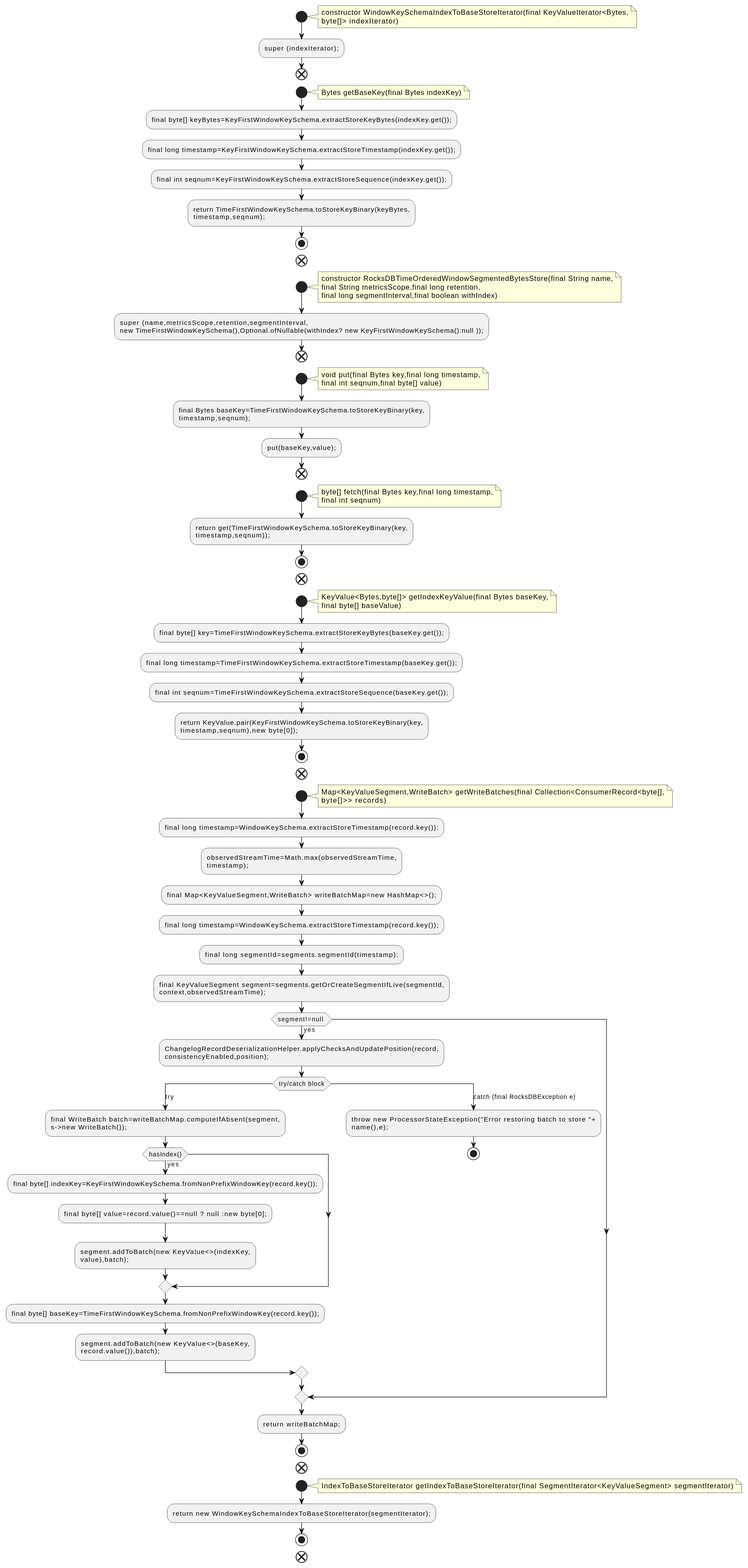
Above: docs/qc/streams/src/main/java/org/apache/kafka/streams/state/internals/RocksDBTimeOrderedWindowSegmentedBytesStore.java.fct.svg in qualitesys/kafka (PlantUML), before the change.
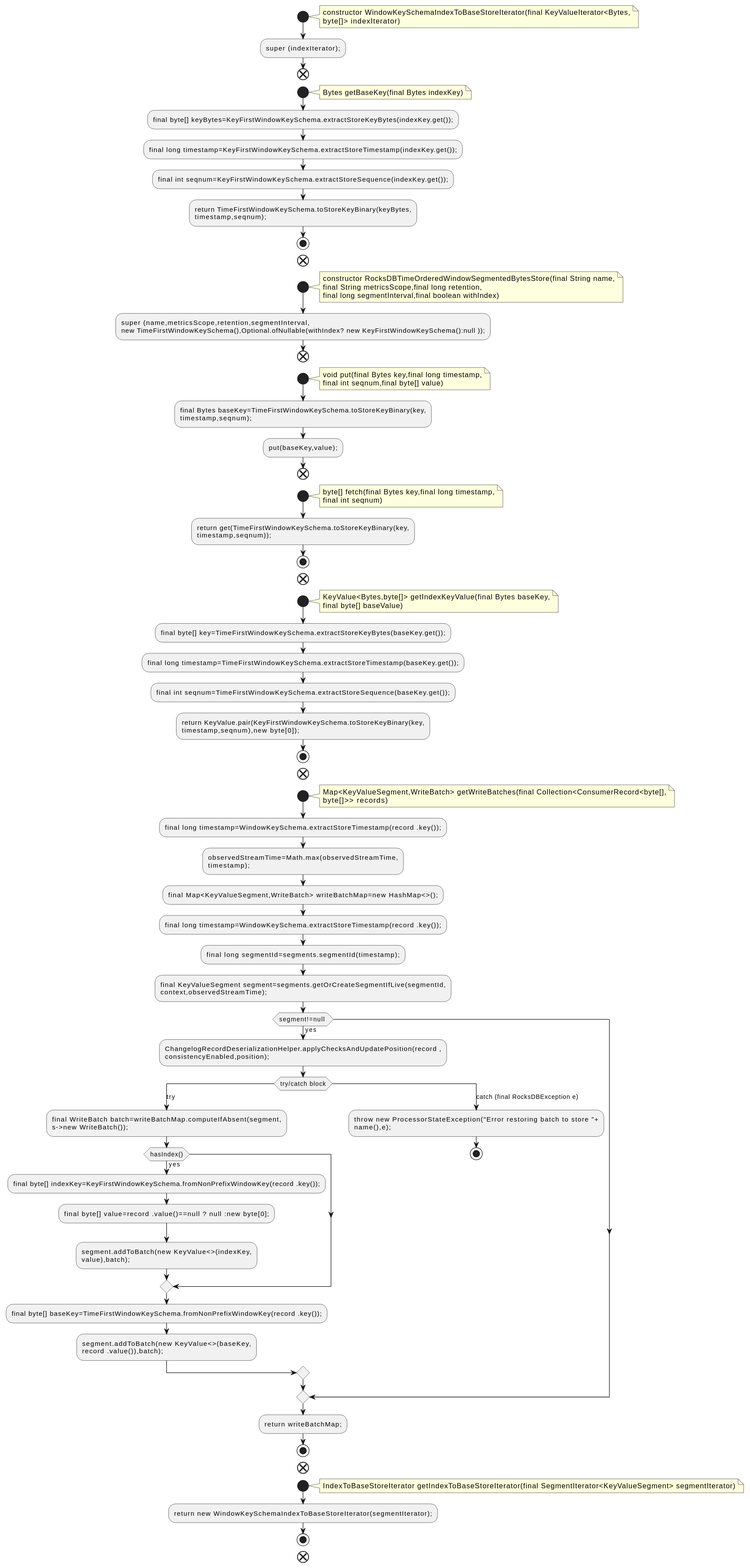
Above is the later version.

What changed in the source:
```diff
@@ -62,30 +62,30 @@
 Map<KeyValueSegment,WriteBatch> getWriteBatches(final Collection<ConsumerRecord<byte[],
 byte[]>> records)
 end note
-:final long timestamp=WindowKeySchema.extractStoreTimestamp(record.key());;
+:final long timestamp=WindowKeySchema.extractStoreTimestamp(record .key());;
 :observedStreamTime=Math.max(observedStreamTime,
 timestamp);;
 :final Map<KeyValueSegment,WriteBatch> writeBatchMap=new HashMap<>();;
-:final long timestamp=WindowKeySchema.extractStoreTimestamp(record.key());;
+:final long timestamp=WindowKeySchema.extractStoreTimestamp(record .key());;
 :final long segmentId=segments.segmentId(timestamp);;
 :final KeyValueSegment segment=segments.getOrCreateSegmentIfLive(segmentId,
 context,observedStreamTime);;
 if (segment!=null ) then (yes)
-:ChangelogRecordDeserializationHelper.applyChecksAndUpdatePosition(record,
+:ChangelogRecordDeserializationHelper.applyChecksAndUpdatePosition(record ,
 consistencyEnabled,position);;
 switch (try/catch block)
 case (try)
 :final WriteBatch batch=writeBatchMap.computeIfAbsent(segment,
 s->new WriteBatch());;
 if (hasIndex()) then (yes)
-:final byte[] indexKey=KeyFirstWindowKeySchema.fromNonPrefixWindowKey(record.key());;
-:final byte[] value=record.value()==null ? null :new byte[0];;
+:final byte[] indexKey=KeyFirstWindowKeySchema.fromNonPrefixWindowKey(record .key());;
+:final byte[] value=record .value()==null ? null :new byte[0];;
 :segment.addToBatch(new KeyValue<>(indexKey,
 value),batch);;
 endif
-:final byte[] baseKey=TimeFirstWindowKeySchema.fromNonPrefixWindowKey(record.key());;
+:final byte[] baseKey=TimeFirstWindowKeySchema.fromNonPrefixWindowKey(record .key());;
 :segment.addToBatch(new KeyValue<>(baseKey,
-record.value()),batch);;
+record .value()),batch);;
 case (catch (final RocksDBException e))
 :throw new ProcessorStateException("Error restoring batch to store "+
 name(),e);;
```
